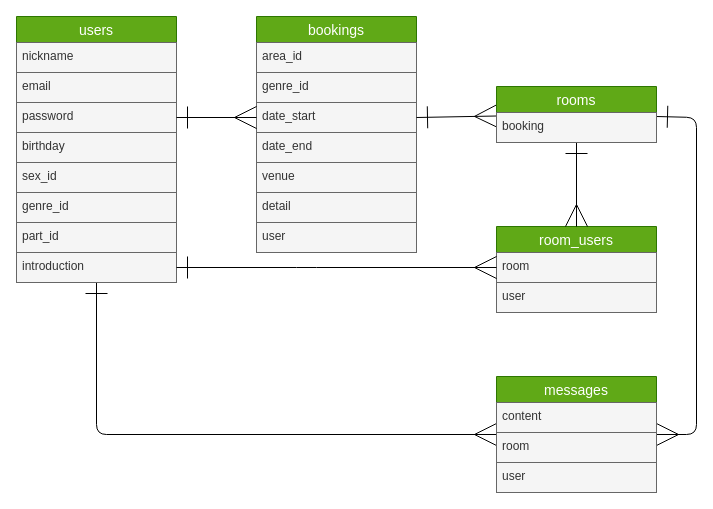
Before: database.dio in yuki-0202/bandbond, a draw.io diagram. Source tidied: cells renumbered, new cells numbered last; positions are measured from the earlier drawing's top-left corner, leaving out a move shared by most shapes. Both pictures are drawn from the tidied source at 100%, with x=0, y=0 at pixel (16, 16).
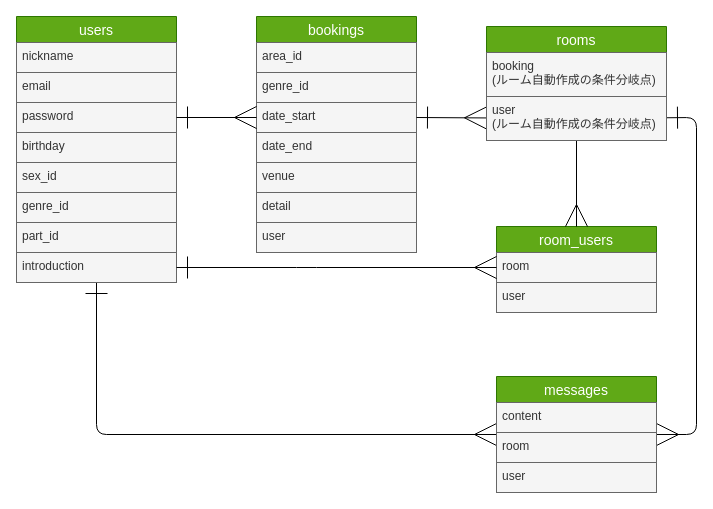
After the change.

The change refers to these unchanged cells:
```xml
<mxCell id="22" value="messages" style="swimlane;fontStyle=0;horizontal=1;startSize=26;align=center;fontSize=14;fillColor=#60a917;fontColor=#ffffff;strokeColor=#2D7600;" parent="1" vertex="1">
  <mxGeometry x="480" y="360" width="160" height="116" as="geometry" />
</mxCell>
```

Change to the diagram source:
```diff
@@
-    <mxCell id="20" style="edgeStyle=none;html=1;startArrow=ERmany;startFill=0;endArrow=ERone;endFill=0;startSize=20;endSize=20;strokeWidth=1;" parent="1" edge="1" source="32">
+    <mxCell id="20" style="edgeStyle=none;html=1;startArrow=ERmany;startFill=0;endArrow=ERone;endFill=0;startSize=20;endSize=20;strokeWidth=1;" parent="1" edge="1" source="34">
       <mxGeometry relative="1" as="geometry">
         <mxPoint x="400" y="101" as="targetPoint" />
       </mxGeometry>
     </mxCell>
-    <mxCell id="21" style="edgeStyle=none;html=1;exitX=1;exitY=0.5;exitDx=0;exitDy=0;startArrow=ERmany;startFill=0;endArrow=ERone;endFill=0;startSize=20;endSize=20;strokeWidth=1;" parent="1" edge="1" source="22" target="32">
+    <mxCell id="21" style="edgeStyle=none;html=1;exitX=1;exitY=0.5;exitDx=0;exitDy=0;startArrow=ERmany;startFill=0;endArrow=ERone;endFill=0;startSize=20;endSize=20;strokeWidth=1;" parent="1" edge="1" source="22" target="34">
       <mxGeometry relative="1" as="geometry">
         <Array as="points">
           <mxPoint x="680" y="418" />
           <mxPoint x="680" y="101" />
         </Array>
       </mxGeometry>
     </mxCell>
@@
     <mxCell id="32" value="rooms" style="swimlane;fontStyle=0;horizontal=1;startSize=26;align=center;fontSize=14;fillColor=#60a917;fontColor=#ffffff;strokeColor=#2D7600;" parent="1" vertex="1">
-      <mxGeometry x="480" y="70" width="160" height="56" as="geometry" />
+      <mxGeometry x="470" y="10" width="180" height="114" as="geometry" />
     </mxCell>
-    <mxCell id="33" value="booking" style="text;strokeColor=#666666;fillColor=#f5f5f5;spacingLeft=4;spacingRight=4;overflow=hidden;points=[[0,0.5],[1,0.5]];portConstraint=eastwest;fontSize=12;fontColor=#333333;" parent="32" vertex="1">
-      <mxGeometry y="26" width="160" height="30" as="geometry" />
+    <mxCell id="33" value="booking&#10;(ルーム自動作成の条件分岐点)" style="text;strokeColor=#666666;fillColor=#f5f5f5;spacingLeft=4;spacingRight=4;overflow=hidden;points=[[0,0.5],[1,0.5]];portConstraint=eastwest;fontSize=12;fontColor=#333333;" parent="32" vertex="1">
+      <mxGeometry y="26" width="180" height="44" as="geometry" />
     </mxCell>
+    <mxCell id="34" value="user&#10;(ルーム自動作成の条件分岐点)" style="text;strokeColor=#666666;fillColor=#f5f5f5;spacingLeft=4;spacingRight=4;overflow=hidden;points=[[0,0.5],[1,0.5]];portConstraint=eastwest;fontSize=12;fontColor=#333333;" parent="32" vertex="1">
+      <mxGeometry y="70" width="180" height="44" as="geometry" />
+    </mxCell>
```
